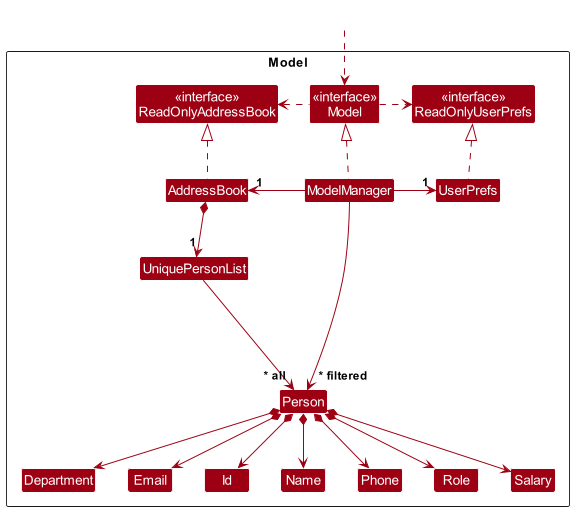
Above: docs/images/ModelClassDiagram.png in ricketytoc/tp (PlantUML), before the change. Source of this version:
```plantuml
@startuml
!include style.puml
skinparam arrowThickness 1.1
skinparam arrowColor MODEL_COLOR
skinparam classBackgroundColor MODEL_COLOR

Package Model as ModelPackage <<Rectangle>>{
Class "<<interface>>\nReadOnlyAddressBook" as ReadOnlyAddressBook
Class "<<interface>>\nReadOnlyUserPrefs" as ReadOnlyUserPrefs
Class "<<interface>>\nModel" as Model
Class AddressBook
Class ModelManager
Class UserPrefs

Class UniquePersonList
Class Person
Class Department
Class Email
Class Id
Class Name
Class Phone
Class Role
Class Salary

Class I #FFFFFF
}

Class HiddenOutside #FFFFFF
HiddenOutside ..> Model

AddressBook .up.|> ReadOnlyAddressBook

ModelManager .up.|> Model
Model .right.> ReadOnlyUserPrefs
Model .left.> ReadOnlyAddressBook
ModelManager -left-> "1" AddressBook
ModelManager -right-> "1" UserPrefs
UserPrefs .up.|> ReadOnlyUserPrefs

AddressBook *--> "1" UniquePersonList
UniquePersonList --> "~* all" Person
Person *--> Department
Person *--> Email
Person *--> Id
Person *--> Name
Person *--> Phone
Person *--> Role
Person *--> Salary

Person -[hidden]up--> I
UniquePersonList -[hidden]right-> I

ModelManager --> "~* filtered" Person
@enduml
```
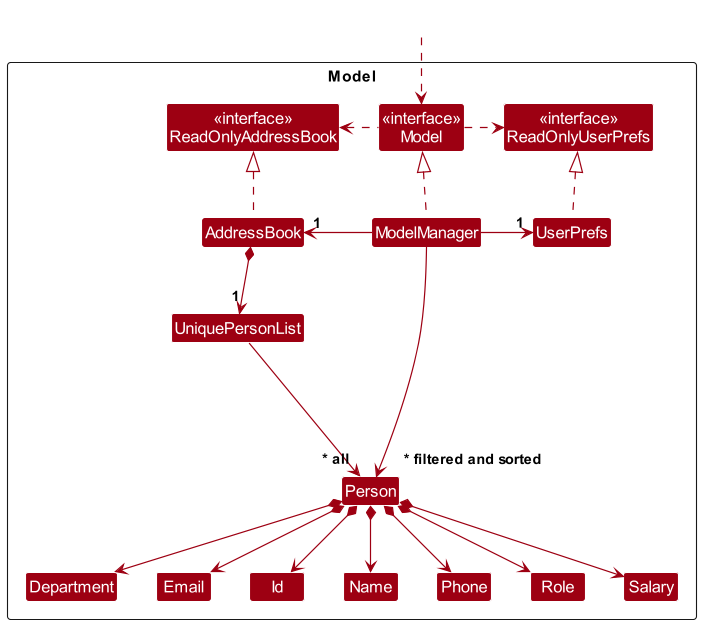
Above is the later version.

Diff of the diagram source:
```diff
@@ -50,5 +50,5 @@
 Person -[hidden]up--> I
 UniquePersonList -[hidden]right-> I
 
-ModelManager --> "~* filtered" Person
+ModelManager --> "~* filtered and sorted" Person
 @enduml
```
